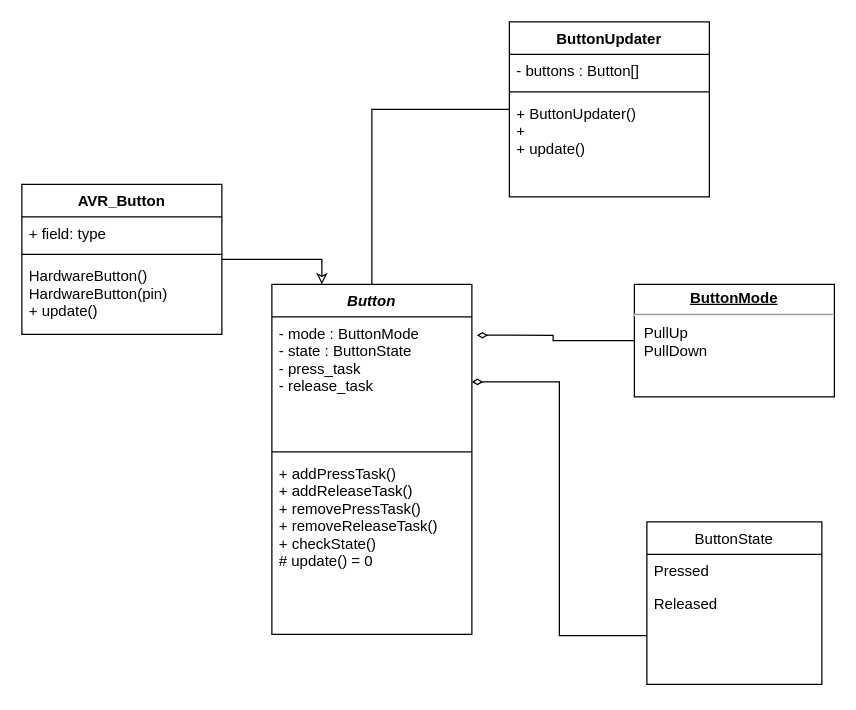
This is Dose/UML/Button.drawio from thethinkindustry/Dose, a draw.io file, before an edit. Source tidied: cells renumbered, new cells numbered last; positions are measured from the earlier drawing's top-left corner, leaving out a move shared by most shapes. Both pictures are drawn from the tidied source at 125%, with x=0, y=0 at pixel (21, 21).
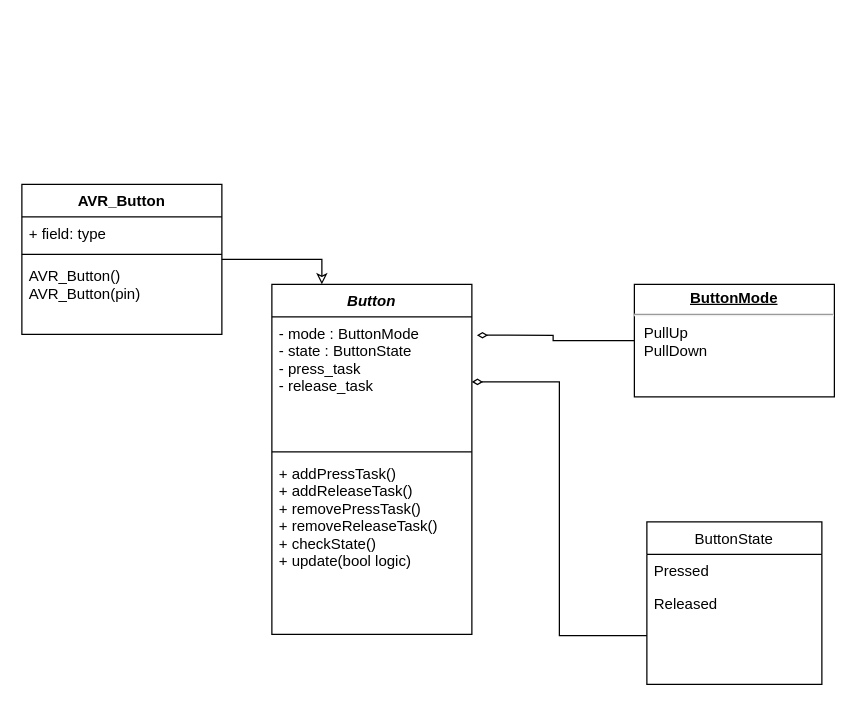
Above is the later version.

Unchanged cells that the change refers to:
```xml
<mxCell id="5" value="Button&#10;" style="swimlane;fontStyle=3;align=center;verticalAlign=top;horizontal=1;startSize=26;" parent="1" vertex="1">
  <mxGeometry x="200" y="210" width="160" height="280" as="geometry" />
</mxCell>
<mxCell id="14" value="AVR_Button" style="swimlane;fontStyle=1;align=center;verticalAlign=top;horizontal=1;startSize=26;" parent="1" vertex="1">
  <mxGeometry y="130" width="160" height="120" as="geometry" />
</mxCell>
```

Diff of the diagram source:
```diff
@@
-    <mxCell id="4" style="edgeStyle=orthogonalEdgeStyle;rounded=0;jettySize=auto;html=1;exitX=0.5;exitY=0;exitDx=0;exitDy=0;entryX=0;entryY=0.5;entryDx=0;entryDy=0;endArrow=none;endFill=0;" parent="1" edge="1" source="5" target="18">
-      <mxGeometry relative="1" as="geometry" />
-    </mxCell>
@@
-    <mxCell id="8" value="+ addPressTask()&#10;+ addReleaseTask()&#10;+ removePressTask()&#10;+ removeReleaseTask() &#10;+ checkState()&#10;# update() = 0" style="text;strokeColor=none;fillColor=none;align=left;verticalAlign=top;spacingLeft=4;spacingRight=4;overflow=hidden;fontStyle=0;" parent="5" vertex="1">
+    <mxCell id="8" value="+ addPressTask()&#10;+ addReleaseTask()&#10;+ removePressTask()&#10;+ removeReleaseTask() &#10;+ checkState()&#10;+ update(bool logic)" style="text;strokeColor=none;fillColor=none;align=left;verticalAlign=top;spacingLeft=4;spacingRight=4;overflow=hidden;fontStyle=0;" parent="5" vertex="1">
       <mxGeometry y="138" width="160" height="142" as="geometry" />
     </mxCell>
@@
-    <mxCell id="17" value="HardwareButton()&#10;HardwareButton(pin)&#10;+ update()&#10;" style="text;strokeColor=none;fillColor=none;align=left;verticalAlign=top;spacingLeft=4;spacingRight=4;overflow=hidden;" parent="14" vertex="1">
+    <mxCell id="17" value="AVR_Button()&#10;AVR_Button(pin)&#10;&#10;" style="text;strokeColor=none;fillColor=none;align=left;verticalAlign=top;spacingLeft=4;spacingRight=4;overflow=hidden;" parent="14" vertex="1">
       <mxGeometry y="60" width="160" height="60" as="geometry" />
     </mxCell>
-    <mxCell id="18" value="ButtonUpdater" style="swimlane;fontStyle=1;align=center;verticalAlign=top;horizontal=1;startSize=26;" parent="1" vertex="1">
-      <mxGeometry x="390" width="160" height="140" as="geometry" />
-    </mxCell>
-    <mxCell id="19" value="- buttons : Button[]" style="text;strokeColor=none;fillColor=none;align=left;verticalAlign=top;spacingLeft=4;spacingRight=4;overflow=hidden;" parent="18" vertex="1">
-      <mxGeometry y="26" width="160" height="26" as="geometry" />
-    </mxCell>
-    <mxCell id="20" style="line;strokeWidth=1;fillColor=none;align=left;verticalAlign=middle;spacingTop=-1;spacingLeft=3;spacingRight=3;labelPosition=right;" parent="18" vertex="1">
-      <mxGeometry y="52" width="160" height="8" as="geometry" />
-    </mxCell>
-    <mxCell id="21" value="+ ButtonUpdater()&#10;+&#10;+ update()" style="text;strokeColor=none;fillColor=none;align=left;verticalAlign=top;spacingLeft=4;spacingRight=4;overflow=hidden;" parent="18" vertex="1">
-      <mxGeometry y="60" width="160" height="80" as="geometry" />
-    </mxCell>
```
